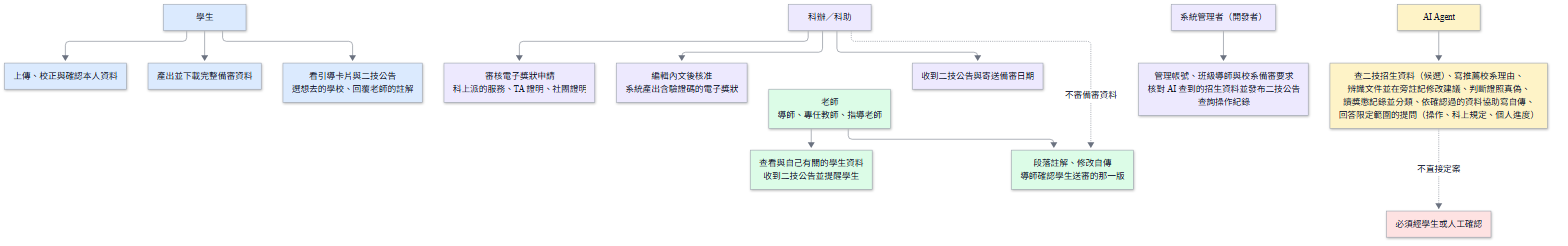
Earlier version of the Mermaid export docs/images/D-14-role-responsibility.png (vujhdcusa/1028). Its source is kept beside it as docs/images/D-14-role-responsibility.mmd.
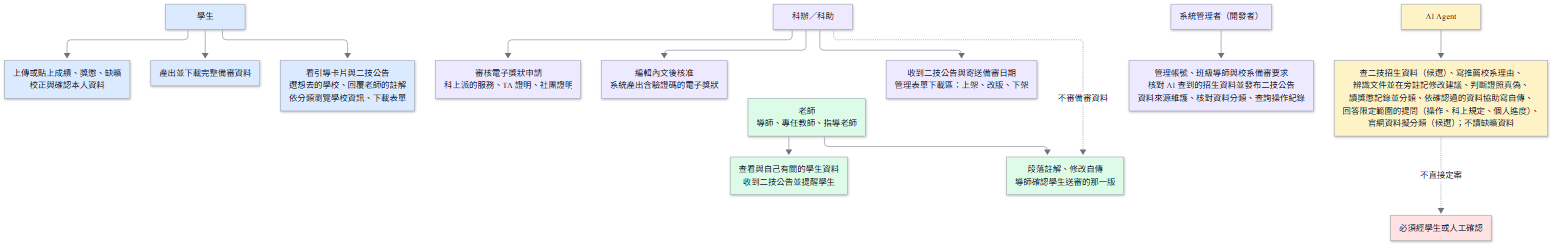
Above is the later version.

What changed in the source:
```diff
@@ -6,15 +6,15 @@
     classDef ai fill:#FEF3C7,stroke:#9CA3AF,color:#111827,stroke-width:1px;
     classDef alert fill:#FEE2E2,stroke:#9CA3AF,color:#111827,stroke-width:1px;
 
-    Student[學生]:::student --> S1[上傳、校正與確認本人資料]:::student
+    Student[學生]:::student --> S1[上傳或貼上成績、獎懲、缺曠<br/>校正與確認本人資料]:::student
     Student --> S2[產出並下載完整備審資料]:::student
-    Student --> S3[看引導卡片與二技公告<br/>選想去的學校、回覆老師的註解]:::student
+    Student --> S3[看引導卡片與二技公告<br/>選想去的學校、回覆老師的註解<br/>依分類瀏覽學校資訊、下載表單]:::student
     Teacher[老師<br/>導師、專任教師、指導老師]:::teacher --> T1[查看與自己有關的學生資料<br/>收到二技公告並提醒學生]:::teacher
     Teacher --> T2[段落註解、修改自傳<br/>導師確認學生送審的那一版]:::teacher
     Staff[科辦／科助]:::staff --> F1[審核電子獎狀申請<br/>科上派的服務、TA 證明、社團證明]:::staff
     Staff --> F2[編輯內文後核准<br/>系統產出含驗證碼的電子獎狀]:::staff
-    Staff --> F3[收到二技公告與寄送備審日期]:::staff
+    Staff --> F3[收到二技公告與寄送備審日期<br/>管理表單下載區：上架、改版、下架]:::staff
     Staff -.不審備審資料.-> T2
-    Admin[系統管理者（開發者）]:::staff --> A1[管理帳號、班級導師與校系備審要求<br/>核對 AI 查到的招生資料並發布二技公告<br/>查詢操作紀錄]:::staff
-    Agent[AI Agent]:::ai --> G1[查二技招生資料（候選）、寫推薦校系理由、<br/>辨識文件並在旁註記修改建議、判斷證照真偽、<br/>讀獎懲記錄並分類、依確認過的資料協助寫自傳、<br/>回答限定範圍的提問（操作、科上規定、個人進度）]:::ai
+    Admin[系統管理者（開發者）]:::staff --> A1[管理帳號、班級導師與校系備審要求<br/>核對 AI 查到的招生資料並發布二技公告<br/>資料來源維護、核對資料分類、查詢操作紀錄]:::staff
+    Agent[AI Agent]:::ai --> G1[查二技招生資料（候選）、寫推薦校系理由、<br/>辨識文件並在旁註記修改建議、判斷證照真偽、<br/>讀獎懲記錄並分類、依確認過的資料協助寫自傳、<br/>回答限定範圍的提問（操作、科上規定、個人進度）、<br/>官網資料擬分類（候選）；不讀缺曠資料]:::ai
     G1 -.不直接定案.-> Block[必須經學生或人工確認]:::alert
```
